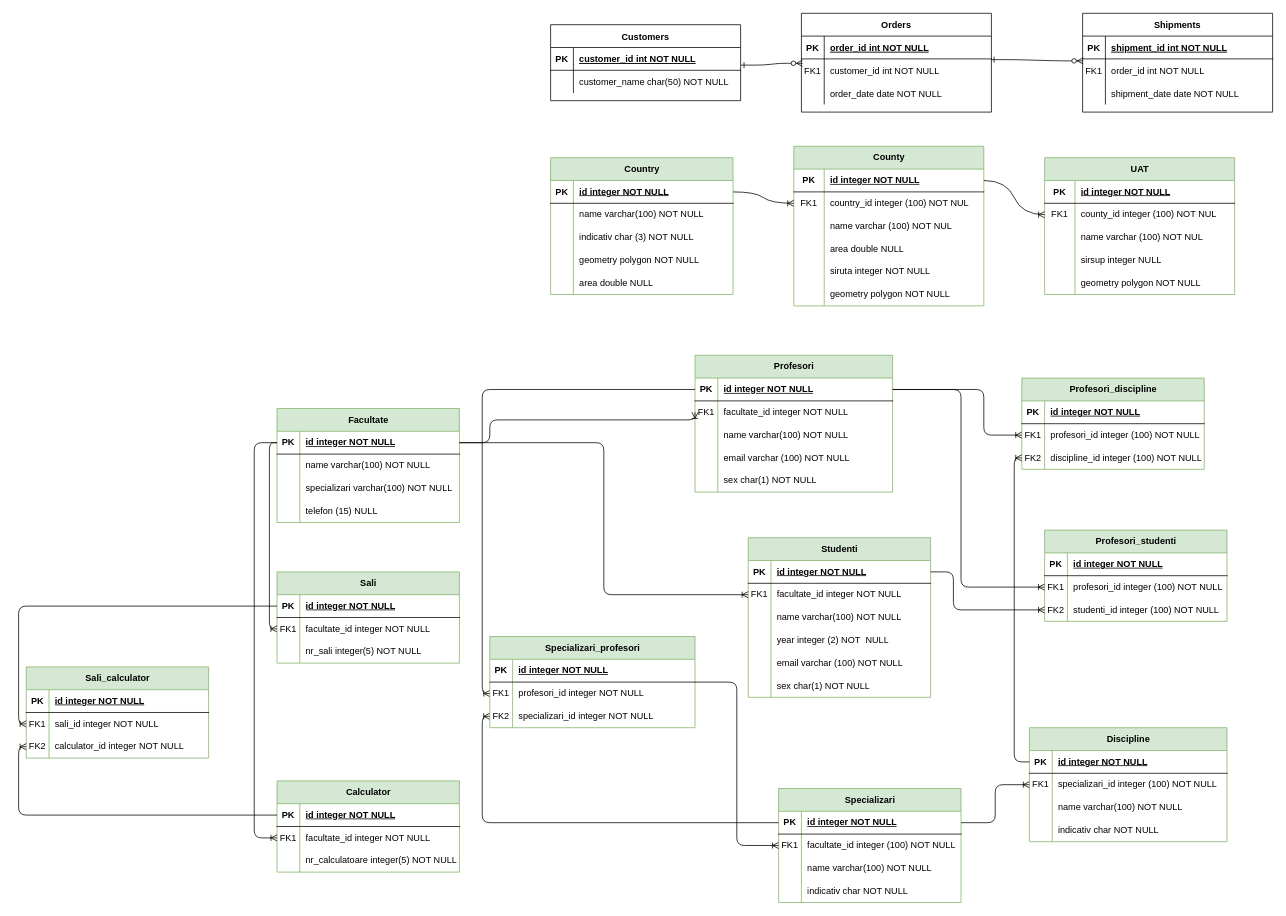
The draw.io diagram model_conceptual.drawio in andreea-agrisan/modelare_db, before the edit. Source tidied: cells renumbered, new cells numbered last; positions are measured from the earlier drawing's top-left corner, leaving out a move shared by most shapes. Both pictures are drawn from the tidied source at 76%, with x=0, y=0 at pixel (26, 13).
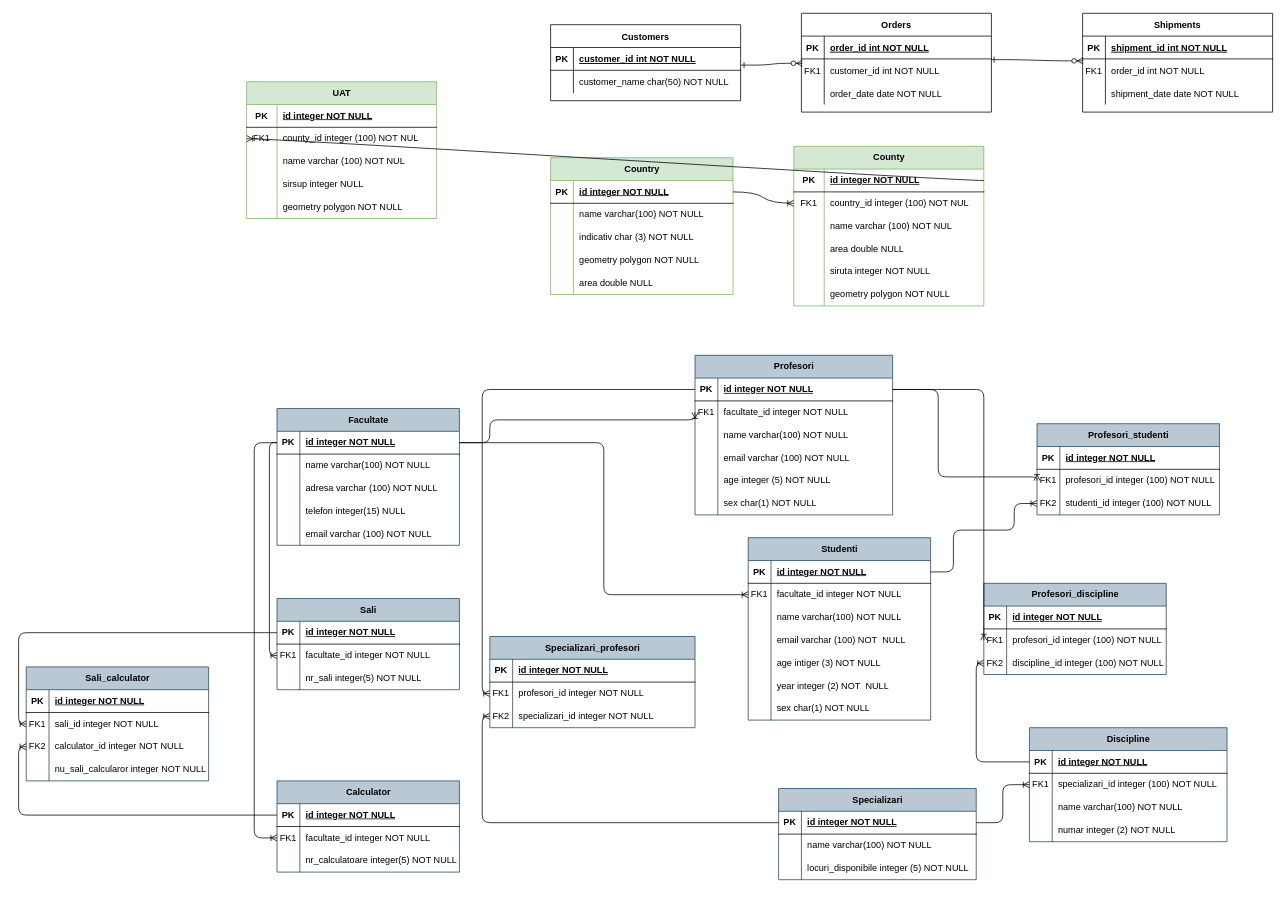
After the change.

Unchanged cells that the change refers to:
```xml
<mxCell id="91" style="shape=tableRow;horizontal=0;startSize=0;swimlaneHead=0;swimlaneBody=0;fillColor=none;top=0;left=0;right=0;bottom=0;" parent="84" vertex="1">
  <mxGeometry y="90" width="240" height="30" as="geometry" />
</mxCell>
<mxCell id="94" style="shape=tableRow;horizontal=0;startSize=0;swimlaneHead=0;swimlaneBody=0;fillColor=none;top=0;left=0;right=0;bottom=0;" parent="84" vertex="1">
  <mxGeometry y="120" width="240" height="30" as="geometry" />
</mxCell>
<mxCell id="121" style="shape=tableRow;horizontal=0;startSize=0;swimlaneHead=0;swimlaneBody=0;fillColor=none;top=0;left=0;right=0;bottom=0;" parent="111" vertex="1">
  <mxGeometry y="120" width="260" height="30" as="geometry" />
</mxCell>
<mxCell id="135" style="shape=tableRow;horizontal=0;startSize=0;swimlaneHead=0;swimlaneBody=0;fillColor=none;points=[[0,0.5],[1,0.5]];portConstraint=eastwest;top=0;left=0;right=0;bottom=1;" parent="134" vertex="1">
  <mxGeometry y="30" width="260" height="30" as="geometry" />
</mxCell>
<mxCell id="184" style="shape=tableRow;horizontal=0;startSize=0;swimlaneHead=0;swimlaneBody=0;fillColor=none;points=[[0,0.5],[1,0.5]];portConstraint=eastwest;top=0;left=0;right=0;bottom=0;" parent="180" vertex="1">
  <mxGeometry y="60" width="240" height="30" as="geometry" />
</mxCell>
<mxCell id="187" style="shape=tableRow;horizontal=0;startSize=0;swimlaneHead=0;swimlaneBody=0;fillColor=none;points=[[0,0.5],[1,0.5]];portConstraint=eastwest;top=0;left=0;right=0;bottom=0;" parent="180" vertex="1">
  <mxGeometry y="90" width="240" height="30" as="geometry" />
</mxCell>
<mxCell id="193" style="shape=tableRow;horizontal=0;startSize=0;swimlaneHead=0;swimlaneBody=0;fillColor=none;points=[[0,0.5],[1,0.5]];portConstraint=eastwest;top=0;left=0;right=0;bottom=1;" parent="192" vertex="1">
  <mxGeometry y="30" width="240" height="30" as="geometry" />
</mxCell>
<mxCell id="202" style="shape=tableRow;horizontal=0;startSize=0;swimlaneHead=0;swimlaneBody=0;fillColor=none;top=0;left=0;right=0;bottom=0;" parent="192" vertex="1">
  <mxGeometry y="120" width="240" height="30" as="geometry" />
</mxCell>
<mxCell id="205" style="shape=tableRow;horizontal=0;startSize=0;swimlaneHead=0;swimlaneBody=0;fillColor=none;top=0;left=0;right=0;bottom=0;" parent="192" vertex="1">
  <mxGeometry y="150" width="240" height="30" as="geometry" />
</mxCell>
```

Diff of the diagram source:
```diff
@@
     <mxCell id="67" value="UAT" style="shape=table;startSize=30;childLayout=tableLayout;rowLines=0;fontStyle=1;align=center;html=1;fillColor=#d5e8d4;strokeColor=#82b366;" parent="1" vertex="1">
-      <mxGeometry x="1340" y="190" width="250" height="180" as="geometry" />
+      <mxGeometry x="290" y="90" width="250" height="180" as="geometry" />
     </mxCell>
@@
-    <mxCell id="84" value="Facultate" style="shape=table;startSize=30;childLayout=tableLayout;rowLines=0;fontStyle=1;align=center;html=1;fillColor=#d5e8d4;strokeColor=#82b366;" parent="1" vertex="1">
-      <mxGeometry x="330" y="520" width="240" height="150" as="geometry" />
+    <mxCell id="84" value="Facultate" style="shape=table;startSize=30;childLayout=tableLayout;rowLines=0;fontStyle=1;align=center;html=1;fillColor=#bac8d3;strokeColor=#23445d;" parent="1" vertex="1">
+      <mxGeometry x="330" y="520" width="240" height="180" as="geometry" />
     </mxCell>
@@
-    <mxCell id="92" style="shape=partialRectangle;fillColor=none;top=0;left=0;bottom=0;right=0;overflow=hidden;whiteSpace=wrap;html=1;" parent="91" vertex="1">
-      <mxGeometry width="30" height="30" as="geometry" />
-    </mxCell>
-    <mxCell id="93" value="specializari varchar(100) NOT NULL" style="shape=partialRectangle;fillColor=none;top=0;left=0;bottom=0;right=0;align=left;spacingLeft=6;overflow=hidden;whiteSpace=wrap;html=1;" parent="91" vertex="1">
-      <mxGeometry x="30" width="210" height="30" as="geometry" />
-    </mxCell>
+    <mxCell id="232" style="shape=partialRectangle;fillColor=none;top=0;left=0;bottom=0;right=0;overflow=hidden;whiteSpace=wrap;html=1;" parent="91" vertex="1">
+      <mxGeometry width="30" height="30" as="geometry" />
+    </mxCell>
+    <mxCell id="233" value="adresa varchar (100) NOT NULL" style="shape=partialRectangle;fillColor=none;top=0;left=0;bottom=0;right=0;align=left;spacingLeft=6;overflow=hidden;whiteSpace=wrap;html=1;" parent="91" vertex="1">
+      <mxGeometry x="30" width="210" height="30" as="geometry" />
+    </mxCell>
@@
-    <mxCell id="96" value="telefon (15) NULL" style="shape=partialRectangle;fillColor=none;top=0;left=0;bottom=0;right=0;align=left;spacingLeft=6;overflow=hidden;whiteSpace=wrap;html=1;" parent="94" vertex="1">
+    <mxCell id="96" value="telefon integer(15) NULL" style="shape=partialRectangle;fillColor=none;top=0;left=0;bottom=0;right=0;align=left;spacingLeft=6;overflow=hidden;whiteSpace=wrap;html=1;" parent="94" vertex="1">
       <mxGeometry x="30" width="210" height="30" as="geometry" />
     </mxCell>
+    <mxCell id="234" style="shape=tableRow;horizontal=0;startSize=0;swimlaneHead=0;swimlaneBody=0;fillColor=none;top=0;left=0;right=0;bottom=0;" parent="84" vertex="1">
+      <mxGeometry y="150" width="240" height="30" as="geometry" />
+    </mxCell>
+    <mxCell id="235" style="shape=partialRectangle;fillColor=none;top=0;left=0;bottom=0;right=0;overflow=hidden;whiteSpace=wrap;html=1;" parent="234" vertex="1">
+      <mxGeometry width="30" height="30" as="geometry" />
+    </mxCell>
+    <mxCell id="236" value="email varchar (100) NOT NULL" style="shape=partialRectangle;fillColor=none;top=0;left=0;bottom=0;right=0;align=left;spacingLeft=6;overflow=hidden;whiteSpace=wrap;html=1;" parent="234" vertex="1">
+      <mxGeometry x="30" width="210" height="30" as="geometry" />
+    </mxCell>
-    <mxCell id="97" value="Specializari" style="shape=table;startSize=30;childLayout=tableLayout;rowLines=0;fontStyle=1;align=center;html=1;fillColor=#d5e8d4;strokeColor=#82b366;" parent="1" vertex="1">
-      <mxGeometry x="990" y="1020" width="240" height="150" as="geometry" />
+    <mxCell id="97" value="Specializari" style="shape=table;startSize=30;childLayout=tableLayout;rowLines=0;fontStyle=1;align=center;html=1;fillColor=#bac8d3;strokeColor=#23445d;" parent="1" vertex="1">
+      <mxGeometry x="990" y="1020" width="260" height="120" as="geometry" />
     </mxCell>
     <mxCell id="98" style="shape=tableRow;horizontal=0;startSize=0;swimlaneHead=0;swimlaneBody=0;fillColor=none;points=[[0,0.5],[1,0.5]];portConstraint=eastwest;top=0;left=0;right=0;bottom=1;" parent="97" vertex="1">
-      <mxGeometry y="30" width="240" height="30" as="geometry" />
+      <mxGeometry y="30" width="260" height="30" as="geometry" />
     </mxCell>
@@
     <mxCell id="100" value="id integer NOT NULL" style="shape=partialRectangle;fillColor=none;top=0;left=0;bottom=0;right=0;align=left;spacingLeft=6;fontStyle=5;overflow=hidden;whiteSpace=wrap;html=1;" parent="98" vertex="1">
-      <mxGeometry x="30" width="210" height="30" as="geometry" />
+      <mxGeometry x="30" width="230" height="30" as="geometry" />
     </mxCell>
-    <mxCell id="101" style="shape=tableRow;horizontal=0;startSize=0;swimlaneHead=0;swimlaneBody=0;fillColor=none;points=[[0,0.5],[1,0.5]];portConstraint=eastwest;top=0;left=0;right=0;bottom=0;" parent="97" vertex="1">
-      <mxGeometry y="60" width="240" height="30" as="geometry" />
-    </mxCell>
-    <mxCell id="102" value="FK1" style="shape=partialRectangle;fillColor=none;top=0;left=0;bottom=0;right=0;overflow=hidden;whiteSpace=wrap;html=1;" parent="101" vertex="1">
-      <mxGeometry width="30" height="30" as="geometry" />
-    </mxCell>
-    <mxCell id="103" value="facultate_id integer (100) NOT NULL" style="shape=partialRectangle;fillColor=none;top=0;left=0;bottom=0;right=0;align=left;spacingLeft=6;overflow=hidden;whiteSpace=wrap;html=1;" parent="101" vertex="1">
-      <mxGeometry x="30" width="210" height="30" as="geometry" />
-    </mxCell>
     <mxCell id="104" style="shape=tableRow;horizontal=0;startSize=0;swimlaneHead=0;swimlaneBody=0;fillColor=none;top=0;left=0;right=0;bottom=0;" parent="97" vertex="1">
-      <mxGeometry y="90" width="240" height="30" as="geometry" />
+      <mxGeometry y="60" width="260" height="30" as="geometry" />
     </mxCell>
@@
     <mxCell id="106" value="name varchar(100) NOT NULL" style="shape=partialRectangle;fillColor=none;top=0;left=0;bottom=0;right=0;align=left;spacingLeft=6;overflow=hidden;whiteSpace=wrap;html=1;" parent="104" vertex="1">
-      <mxGeometry x="30" width="210" height="30" as="geometry" />
+      <mxGeometry x="30" width="230" height="30" as="geometry" />
     </mxCell>
     <mxCell id="107" style="shape=tableRow;horizontal=0;startSize=0;swimlaneHead=0;swimlaneBody=0;fillColor=none;top=0;left=0;right=0;bottom=0;" parent="97" vertex="1">
-      <mxGeometry y="120" width="240" height="30" as="geometry" />
+      <mxGeometry y="90" width="260" height="30" as="geometry" />
     </mxCell>
@@
-    <mxCell id="109" value="indicativ char NOT NULL" style="shape=partialRectangle;fillColor=none;top=0;left=0;bottom=0;right=0;align=left;spacingLeft=6;overflow=hidden;whiteSpace=wrap;html=1;" parent="107" vertex="1">
-      <mxGeometry x="30" width="210" height="30" as="geometry" />
+    <mxCell id="109" value="locuri_disponibile integer (5) NOT NULL" style="shape=partialRectangle;fillColor=none;top=0;left=0;bottom=0;right=0;align=left;spacingLeft=6;overflow=hidden;whiteSpace=wrap;html=1;" parent="107" vertex="1">
+      <mxGeometry x="30" width="230" height="30" as="geometry" />
     </mxCell>
-    <mxCell id="110" style="edgeStyle=orthogonalEdgeStyle;fontSize=12;html=1;endArrow=ERoneToMany;exitX=1;exitY=0.5;exitDx=0;exitDy=0;entryX=0;entryY=0.5;entryDx=0;entryDy=0;" parent="1" edge="1" source="216" target="101">
-      <mxGeometry relative="1" as="geometry" />
-    </mxCell>
-    <mxCell id="111" value="Discipline" style="shape=table;startSize=30;childLayout=tableLayout;rowLines=0;fontStyle=1;align=center;html=1;fillColor=#d5e8d4;strokeColor=#82b366;" parent="1" vertex="1">
+    <mxCell id="111" value="Discipline" style="shape=table;startSize=30;childLayout=tableLayout;rowLines=0;fontStyle=1;align=center;html=1;fillColor=#bac8d3;strokeColor=#23445d;" parent="1" vertex="1">
       <mxGeometry x="1320" y="940" width="260" height="150" as="geometry" />
     </mxCell>
@@
-    <mxCell id="123" value="indicativ char NOT NULL" style="shape=partialRectangle;fillColor=none;top=0;left=0;bottom=0;right=0;align=left;spacingLeft=6;overflow=hidden;whiteSpace=wrap;html=1;" parent="121" vertex="1">
+    <mxCell id="123" value="numar integer (2) NOT NULL" style="shape=partialRectangle;fillColor=none;top=0;left=0;bottom=0;right=0;align=left;spacingLeft=6;overflow=hidden;whiteSpace=wrap;html=1;" parent="121" vertex="1">
       <mxGeometry x="30" width="230" height="30" as="geometry" />
     </mxCell>
-    <mxCell id="124" value="Profesori_discipline" style="shape=table;startSize=30;childLayout=tableLayout;rowLines=0;fontStyle=1;align=center;html=1;fillColor=#d5e8d4;strokeColor=#82b366;" parent="1" vertex="1">
-      <mxGeometry x="1310" y="480" width="240" height="120" as="geometry" />
+    <mxCell id="124" value="Profesori_discipline" style="shape=table;startSize=30;childLayout=tableLayout;rowLines=0;fontStyle=1;align=center;html=1;fillColor=#bac8d3;strokeColor=#23445d;" parent="1" vertex="1">
+      <mxGeometry x="1260" y="750" width="240" height="120" as="geometry" />
     </mxCell>
@@
-    <mxCell id="134" value="Profesori" style="shape=table;startSize=30;childLayout=tableLayout;rowLines=0;fontStyle=1;align=center;html=1;fillColor=#d5e8d4;strokeColor=#82b366;" parent="1" vertex="1">
-      <mxGeometry x="880" y="450" width="260" height="180" as="geometry" />
+    <mxCell id="134" value="Profesori" style="shape=table;startSize=30;childLayout=tableLayout;rowLines=0;fontStyle=1;align=center;html=1;fillColor=#bac8d3;strokeColor=#23445d;" parent="1" vertex="1">
+      <mxGeometry x="880" y="450" width="260" height="210" as="geometry" />
     </mxCell>
@@
+    <mxCell id="237" style="shape=tableRow;horizontal=0;startSize=0;swimlaneHead=0;swimlaneBody=0;fillColor=none;top=0;left=0;right=0;bottom=0;" parent="134" vertex="1">
+      <mxGeometry y="150" width="260" height="30" as="geometry" />
+    </mxCell>
+    <mxCell id="238" style="shape=partialRectangle;fillColor=none;top=0;left=0;bottom=0;right=0;overflow=hidden;whiteSpace=wrap;html=1;" parent="237" vertex="1">
+      <mxGeometry width="30" height="30" as="geometry" />
+    </mxCell>
+    <mxCell id="239" value="age integer (5) NOT NULL" style="shape=partialRectangle;fillColor=none;top=0;left=0;bottom=0;right=0;align=left;spacingLeft=6;overflow=hidden;whiteSpace=wrap;html=1;" parent="237" vertex="1">
+      <mxGeometry x="30" width="230" height="30" as="geometry" />
+    </mxCell>
     <mxCell id="147" style="shape=tableRow;horizontal=0;startSize=0;swimlaneHead=0;swimlaneBody=0;fillColor=none;top=0;left=0;right=0;bottom=0;" parent="134" vertex="1">
-      <mxGeometry y="150" width="260" height="30" as="geometry" />
+      <mxGeometry y="180" width="260" height="30" as="geometry" />
     </mxCell>
@@
-    <mxCell id="150" value="Sali" style="shape=table;startSize=30;childLayout=tableLayout;rowLines=0;fontStyle=1;align=center;html=1;fillColor=#d5e8d4;strokeColor=#82b366;" parent="1" vertex="1">
-      <mxGeometry x="330" y="735" width="240" height="120" as="geometry" />
+    <mxCell id="150" value="Sali" style="shape=table;startSize=30;childLayout=tableLayout;rowLines=0;fontStyle=1;align=center;html=1;fillColor=#bac8d3;strokeColor=#23445d;" parent="1" vertex="1">
+      <mxGeometry x="330" y="770" width="240" height="120" as="geometry" />
     </mxCell>
@@
-    <mxCell id="160" value="Sali_calculator" style="shape=table;startSize=30;childLayout=tableLayout;rowLines=0;fontStyle=1;align=center;html=1;fillColor=#d5e8d4;strokeColor=#82b366;" parent="1" vertex="1">
-      <mxGeometry y="860" width="240" height="120" as="geometry" />
+    <mxCell id="160" value="Sali_calculator" style="shape=table;startSize=30;childLayout=tableLayout;rowLines=0;fontStyle=1;align=center;html=1;fillColor=#bac8d3;strokeColor=#23445d;" parent="1" vertex="1">
+      <mxGeometry y="860" width="240" height="150" as="geometry" />
     </mxCell>
@@
+    <mxCell id="240" style="shape=tableRow;horizontal=0;startSize=0;swimlaneHead=0;swimlaneBody=0;fillColor=none;top=0;left=0;right=0;bottom=0;" parent="160" vertex="1">
+      <mxGeometry y="120" width="240" height="30" as="geometry" />
+    </mxCell>
+    <mxCell id="241" style="shape=partialRectangle;fillColor=none;top=0;left=0;bottom=0;right=0;overflow=hidden;whiteSpace=wrap;html=1;" parent="240" vertex="1">
+      <mxGeometry width="30" height="30" as="geometry" />
+    </mxCell>
+    <mxCell id="242" value="nu_sali_calcularor integer NOT NULL" style="shape=partialRectangle;fillColor=none;top=0;left=0;bottom=0;right=0;align=left;spacingLeft=6;overflow=hidden;whiteSpace=wrap;html=1;" parent="240" vertex="1">
+      <mxGeometry x="30" width="210" height="30" as="geometry" />
+    </mxCell>
-    <mxCell id="170" value="Calculator" style="shape=table;startSize=30;childLayout=tableLayout;rowLines=0;fontStyle=1;align=center;html=1;fillColor=#d5e8d4;strokeColor=#82b366;" parent="1" vertex="1">
+    <mxCell id="170" value="Calculator" style="shape=table;startSize=30;childLayout=tableLayout;rowLines=0;fontStyle=1;align=center;html=1;fillColor=#bac8d3;strokeColor=#23445d;" parent="1" vertex="1">
       <mxGeometry x="330" y="1010" width="240" height="120" as="geometry" />
     </mxCell>
@@
-    <mxCell id="180" value="Profesori_studenti" style="shape=table;startSize=30;childLayout=tableLayout;rowLines=0;fontStyle=1;align=center;html=1;fillColor=#d5e8d4;strokeColor=#82b366;" parent="1" vertex="1">
-      <mxGeometry x="1340" y="680" width="240" height="120" as="geometry" />
+    <mxCell id="180" value="Profesori_studenti" style="shape=table;startSize=30;childLayout=tableLayout;rowLines=0;fontStyle=1;align=center;html=1;fillColor=#bac8d3;strokeColor=#23445d;" parent="1" vertex="1">
+      <mxGeometry x="1330" y="540" width="240" height="120" as="geometry" />
     </mxCell>
@@
-    <mxCell id="192" value="Studenti" style="shape=table;startSize=30;childLayout=tableLayout;rowLines=0;fontStyle=1;align=center;html=1;fillColor=#d5e8d4;strokeColor=#82b366;" parent="1" vertex="1">
-      <mxGeometry x="950" y="690" width="240" height="210" as="geometry" />
+    <mxCell id="192" value="Studenti" style="shape=table;startSize=30;childLayout=tableLayout;rowLines=0;fontStyle=1;align=center;html=1;fillColor=#bac8d3;strokeColor=#23445d;" parent="1" vertex="1">
+      <mxGeometry x="950" y="690" width="240" height="240" as="geometry" />
     </mxCell>
@@
-    <mxCell id="204" value="year integer (2) NOT&amp;nbsp; NULL" style="shape=partialRectangle;fillColor=none;top=0;left=0;bottom=0;right=0;align=left;spacingLeft=6;overflow=hidden;whiteSpace=wrap;html=1;" parent="202" vertex="1">
+    <mxCell id="204" value="email varchar (100) NOT&amp;nbsp; NULL" style="shape=partialRectangle;fillColor=none;top=0;left=0;bottom=0;right=0;align=left;spacingLeft=6;overflow=hidden;whiteSpace=wrap;html=1;" parent="202" vertex="1">
       <mxGeometry x="30" width="210" height="30" as="geometry" />
     </mxCell>
@@
-    <mxCell id="207" value="email varchar (100) NOT NULL" style="shape=partialRectangle;fillColor=none;top=0;left=0;bottom=0;right=0;align=left;spacingLeft=6;overflow=hidden;whiteSpace=wrap;html=1;" parent="205" vertex="1">
+    <mxCell id="207" value="age intiger (3) NOT NULL" style="shape=partialRectangle;fillColor=none;top=0;left=0;bottom=0;right=0;align=left;spacingLeft=6;overflow=hidden;whiteSpace=wrap;html=1;" parent="205" vertex="1">
       <mxGeometry x="30" width="210" height="30" as="geometry" />
     </mxCell>
+    <mxCell id="243" style="shape=tableRow;horizontal=0;startSize=0;swimlaneHead=0;swimlaneBody=0;fillColor=none;top=0;left=0;right=0;bottom=0;" parent="192" vertex="1">
+      <mxGeometry y="180" width="240" height="30" as="geometry" />
+    </mxCell>
+    <mxCell id="244" style="shape=partialRectangle;fillColor=none;top=0;left=0;bottom=0;right=0;overflow=hidden;whiteSpace=wrap;html=1;" parent="243" vertex="1">
+      <mxGeometry width="30" height="30" as="geometry" />
+    </mxCell>
+    <mxCell id="245" value="year integer (2) NOT&amp;nbsp; NULL" style="shape=partialRectangle;fillColor=none;top=0;left=0;bottom=0;right=0;align=left;spacingLeft=6;overflow=hidden;whiteSpace=wrap;html=1;" parent="243" vertex="1">
+      <mxGeometry x="30" width="210" height="30" as="geometry" />
+    </mxCell>
     <mxCell id="208" style="shape=tableRow;horizontal=0;startSize=0;swimlaneHead=0;swimlaneBody=0;fillColor=none;top=0;left=0;right=0;bottom=0;" parent="192" vertex="1">
-      <mxGeometry y="180" width="240" height="30" as="geometry" />
+      <mxGeometry y="210" width="240" height="30" as="geometry" />
     </mxCell>
@@
-    <mxCell id="216" value="Specializari_profesori" style="shape=table;startSize=30;childLayout=tableLayout;rowLines=0;fontStyle=1;align=center;html=1;fillColor=#d5e8d4;strokeColor=#82b366;" parent="1" vertex="1">
+    <mxCell id="216" value="Specializari_profesori" style="shape=table;startSize=30;childLayout=tableLayout;rowLines=0;fontStyle=1;align=center;html=1;fillColor=#bac8d3;strokeColor=#23445d;" parent="1" vertex="1">
       <mxGeometry x="610" y="820" width="270" height="120" as="geometry" />
     </mxCell>
@@
     <mxCell id="226" style="edgeStyle=orthogonalEdgeStyle;fontSize=12;html=1;endArrow=ERoneToMany;exitX=1;exitY=0.5;exitDx=0;exitDy=0;entryX=0;entryY=0.5;entryDx=0;entryDy=0;" parent="1" edge="1" source="135" target="184">
       <mxGeometry relative="1" as="geometry">
         <Array as="points">
-          <mxPoint x="1230" y="495" />
-          <mxPoint x="1230" y="755" />
+          <mxPoint x="1200" y="495" />
+          <mxPoint x="1200" y="610" />
+          <mxPoint x="1330" y="610" />
         </Array>
       </mxGeometry>
     </mxCell>
     <mxCell id="227" style="edgeStyle=orthogonalEdgeStyle;fontSize=12;html=1;endArrow=ERoneToMany;exitX=1;exitY=0.5;exitDx=0;exitDy=0;entryX=0;entryY=0.5;entryDx=0;entryDy=0;" parent="1" edge="1" source="193" target="187">
       <mxGeometry relative="1" as="geometry">
         <Array as="points">
           <mxPoint x="1220" y="735" />
-          <mxPoint x="1220" y="785" />
+          <mxPoint x="1220" y="680" />
+          <mxPoint x="1300" y="680" />
         </Array>
       </mxGeometry>
     </mxCell>
```
